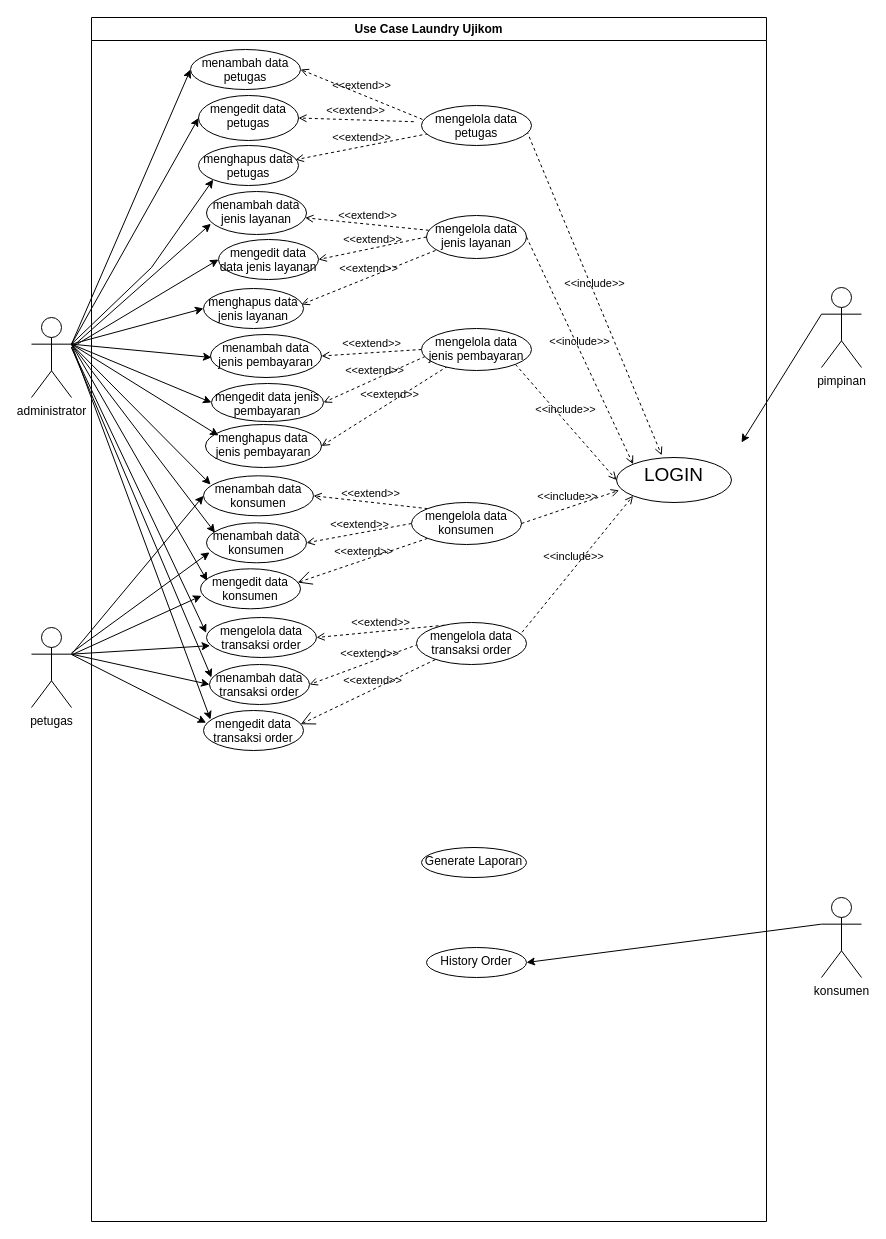
Above: page "Page-5" (5 of 5) of Desain Ujikom.drawio in alditasptnsr/ujikom_aldita (draw.io), before the change. Source tidied: cells renumbered, new cells numbered last; positions are measured from the earlier drawing's top-left corner, leaving out a move shared by most shapes. Both pictures are drawn from the tidied source at 100%, with x=0, y=0 at pixel (31, 17).
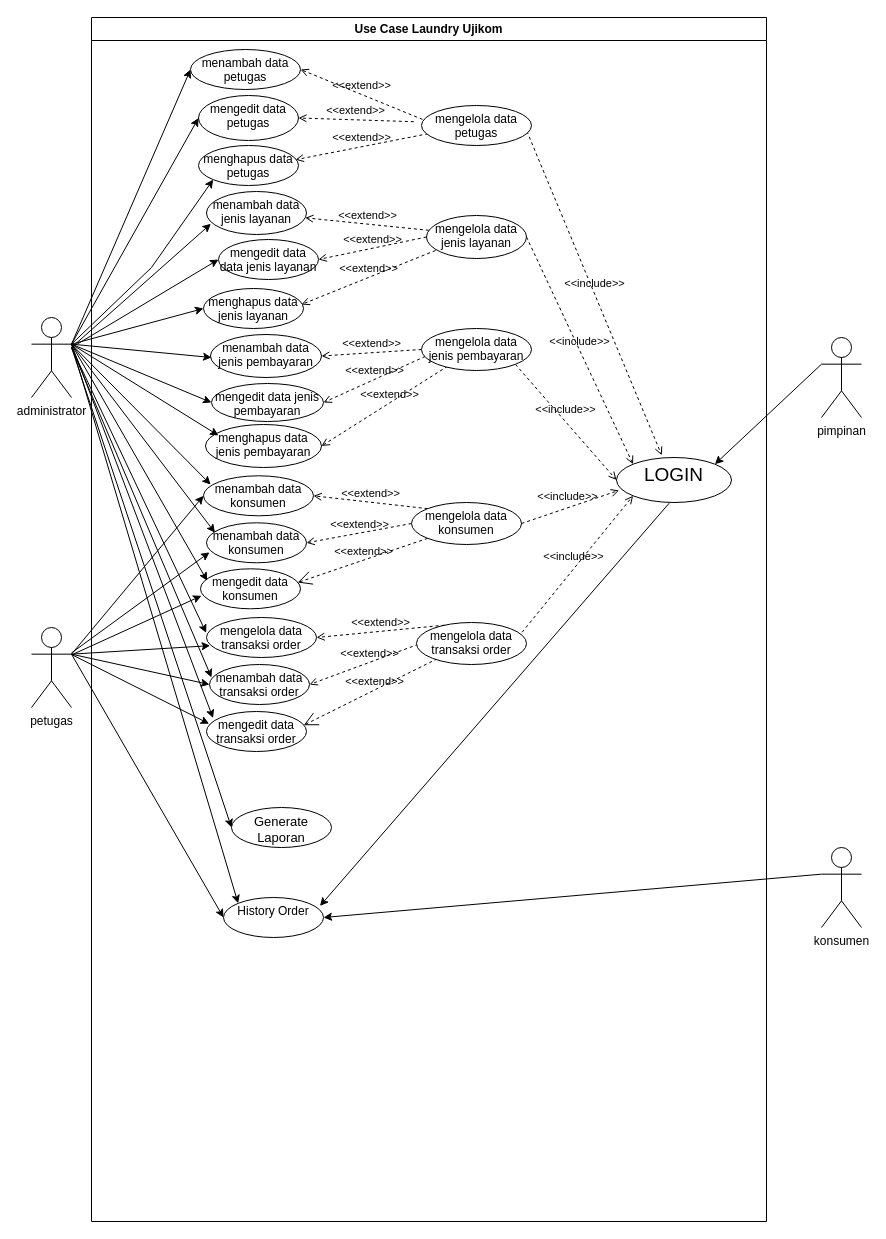
After the change.

Unchanged cells that the change refers to:
```xml
<mxCell id="2" value="Use Case Laundry Ujikom" style="swimlane;whiteSpace=wrap;html=1;" parent="1" vertex="1">
  <mxGeometry x="60" width="675" height="1204" as="geometry" />
</mxCell>
<mxCell id="10" value="&lt;font style=&quot;font-size: 19px;&quot;&gt;LOGIN&lt;/font&gt;" style="ellipse;whiteSpace=wrap;html=1;verticalAlign=top;" parent="2" vertex="1">
  <mxGeometry x="525" y="440" width="115" height="45" as="geometry" />
</mxCell>
<mxCell id="59" value="administrator" style="shape=umlActor;verticalLabelPosition=bottom;verticalAlign=top;html=1;outlineConnect=0;" parent="1" vertex="1">
  <mxGeometry y="300" width="40" height="80" as="geometry" />
</mxCell>
<mxCell id="63" value="petugas" style="shape=umlActor;verticalLabelPosition=bottom;verticalAlign=top;html=1;outlineConnect=0;" parent="1" vertex="1">
  <mxGeometry y="610" width="40" height="80" as="geometry" />
</mxCell>
```

Diff of the diagram source:
```diff
@@
+    <mxCell id="73" style="rounded=0;jettySize=auto;html=1;entryX=0.965;entryY=0.211;entryDx=0;entryDy=0;entryPerimeter=0;" parent="2" edge="1" target="37">
+      <mxGeometry relative="1" as="geometry">
+        <mxPoint x="577.7" y="485.7" as="sourcePoint" />
+      </mxGeometry>
+    </mxCell>
@@
     <mxCell id="37" value="History Order" style="ellipse;whiteSpace=wrap;html=1;verticalAlign=top;" parent="2" vertex="1">
-      <mxGeometry x="335" y="930" width="100" height="30" as="geometry" />
+      <mxGeometry x="132" y="880" width="100" height="40" as="geometry" />
     </mxCell>
@@
     <mxCell id="40" value="mengedit data transaksi order" style="ellipse;whiteSpace=wrap;html=1;verticalAlign=top;" parent="2" vertex="1">
-      <mxGeometry x="112" y="693" width="100" height="40" as="geometry" />
+      <mxGeometry x="115" y="694" width="100" height="40" as="geometry" />
     </mxCell>
@@
-    <mxCell id="48" style="rounded=0;jettySize=auto;html=1;entryX=-0.003;entryY=0.383;entryDx=0;entryDy=0;entryPerimeter=0;exitX=1;exitY=0.3333333333333333;exitDx=0;exitDy=0;exitPerimeter=0;" parent="2" edge="1" source="59">
-      <mxGeometry relative="1" as="geometry">
-        <mxPoint x="119" y="702" as="targetPoint" />
-      </mxGeometry>
-    </mxCell>
-    <mxCell id="49" value="Generate Laporan" style="ellipse;whiteSpace=wrap;html=1;verticalAlign=top;" parent="2" vertex="1">
-      <mxGeometry x="330" y="830" width="105" height="30" as="geometry" />
+    <mxCell id="49" value="&lt;font style=&quot;font-size: 13px;&quot;&gt;Generate Laporan&lt;/font&gt;" style="ellipse;whiteSpace=wrap;html=1;verticalAlign=top;" parent="2" vertex="1">
+      <mxGeometry x="140" y="790" width="100" height="40" as="geometry" />
     </mxCell>
@@
+    <mxCell id="74" style="rounded=0;jettySize=auto;html=1;entryX=0;entryY=0;entryDx=0;entryDy=0;exitX=1;exitY=0.3333333333333333;exitDx=0;exitDy=0;exitPerimeter=0;" parent="1" edge="1" source="59" target="37">
+      <mxGeometry relative="1" as="geometry" />
+    </mxCell>
@@
+    <mxCell id="75" style="rounded=0;jettySize=auto;html=1;entryX=0;entryY=0.5;entryDx=0;entryDy=0;exitX=1;exitY=0.3333333333333333;exitDx=0;exitDy=0;exitPerimeter=0;" parent="1" edge="1" source="63" target="37">
+      <mxGeometry relative="1" as="geometry" />
+    </mxCell>
@@
     <mxCell id="65" value="konsumen" style="shape=umlActor;verticalLabelPosition=bottom;verticalAlign=top;html=1;outlineConnect=0;" parent="1" vertex="1">
-      <mxGeometry x="790" y="880" width="40" height="80" as="geometry" />
+      <mxGeometry x="790" y="830" width="40" height="80" as="geometry" />
     </mxCell>
-    <mxCell id="66" style="rounded=0;jettySize=auto;html=1;exitX=0;exitY=0.3333333333333333;exitDx=0;exitDy=0;exitPerimeter=0;" parent="1" edge="1" source="67">
-      <mxGeometry relative="1" as="geometry">
-        <mxPoint x="710" y="425" as="targetPoint" />
-      </mxGeometry>
+    <mxCell id="66" style="rounded=0;jettySize=auto;html=1;exitX=0;exitY=0.3333333333333333;exitDx=0;exitDy=0;exitPerimeter=0;entryX=1;entryY=0;entryDx=0;entryDy=0;" parent="1" edge="1" source="67" target="10">
+      <mxGeometry relative="1" as="geometry" />
     </mxCell>
     <mxCell id="67" value="pimpinan" style="shape=umlActor;verticalLabelPosition=bottom;verticalAlign=top;html=1;outlineConnect=0;" parent="1" vertex="1">
-      <mxGeometry x="790" y="270" width="40" height="80" as="geometry" />
+      <mxGeometry x="790" y="320" width="40" height="80" as="geometry" />
     </mxCell>
@@
+    <mxCell id="76" style="rounded=0;jettySize=auto;html=1;entryX=0;entryY=0.5;entryDx=0;entryDy=0;" parent="1" edge="1" target="49">
+      <mxGeometry relative="1" as="geometry">
+        <mxPoint x="40" y="330" as="sourcePoint" />
+      </mxGeometry>
+    </mxCell>
+    <mxCell id="48" style="rounded=0;jettySize=auto;html=1;entryX=0.066;entryY=0.164;entryDx=0;entryDy=0;exitX=1;exitY=0.3333333333333333;exitDx=0;exitDy=0;exitPerimeter=0;entryPerimeter=0;" parent="1" edge="1" source="59" target="40">
+      <mxGeometry relative="1" as="geometry" />
+    </mxCell>
```
